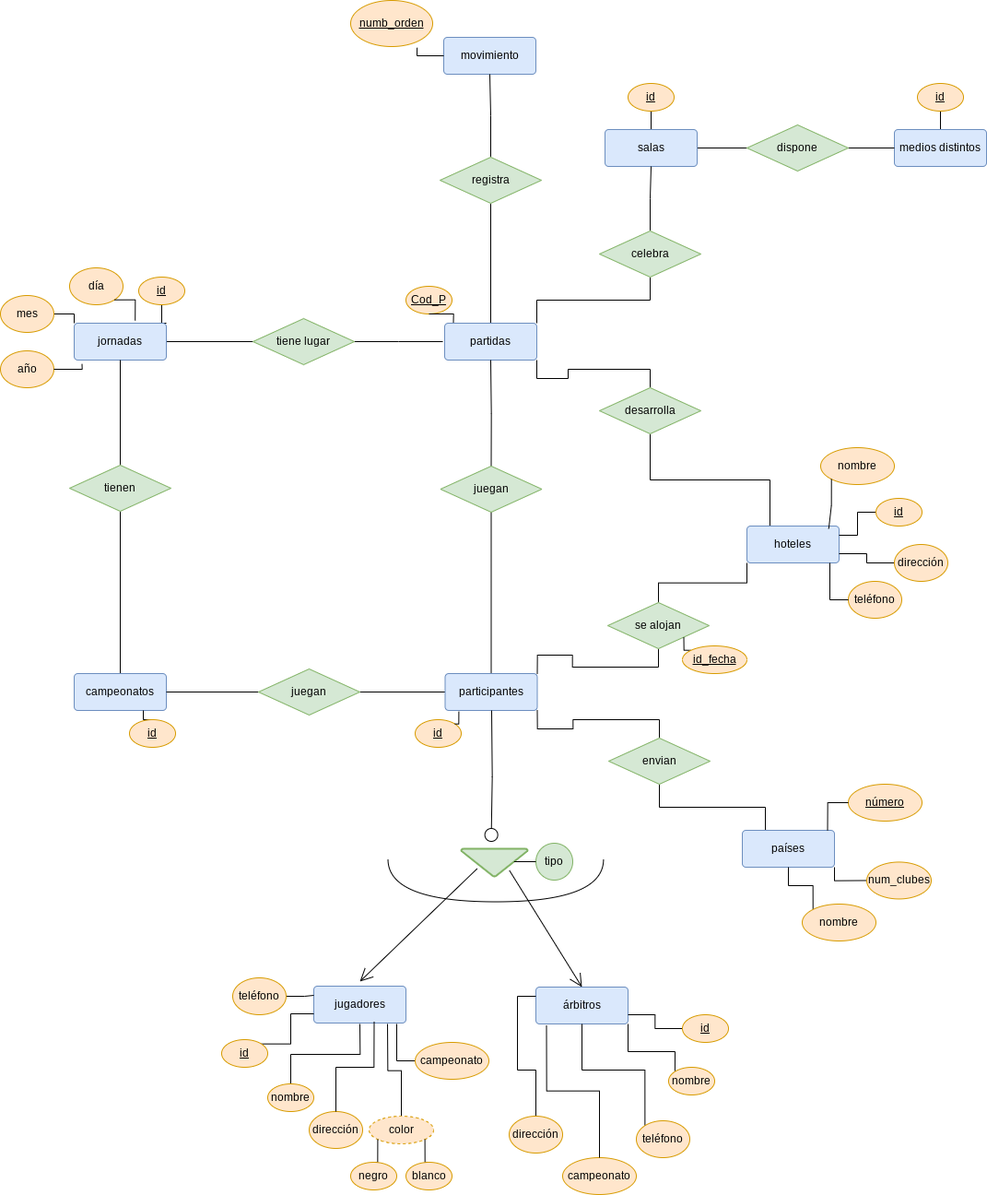
Above: Unidad-1/Tareas./Tarea-9 (diagramas)/Club de ajedrez.drawio.png in mdiogc/base-datos (draw.io), before the change. Source tidied: cells renumbered, new cells last; positions are measured from the earlier drawing's top-left corner, leaving out a move shared by most shapes.
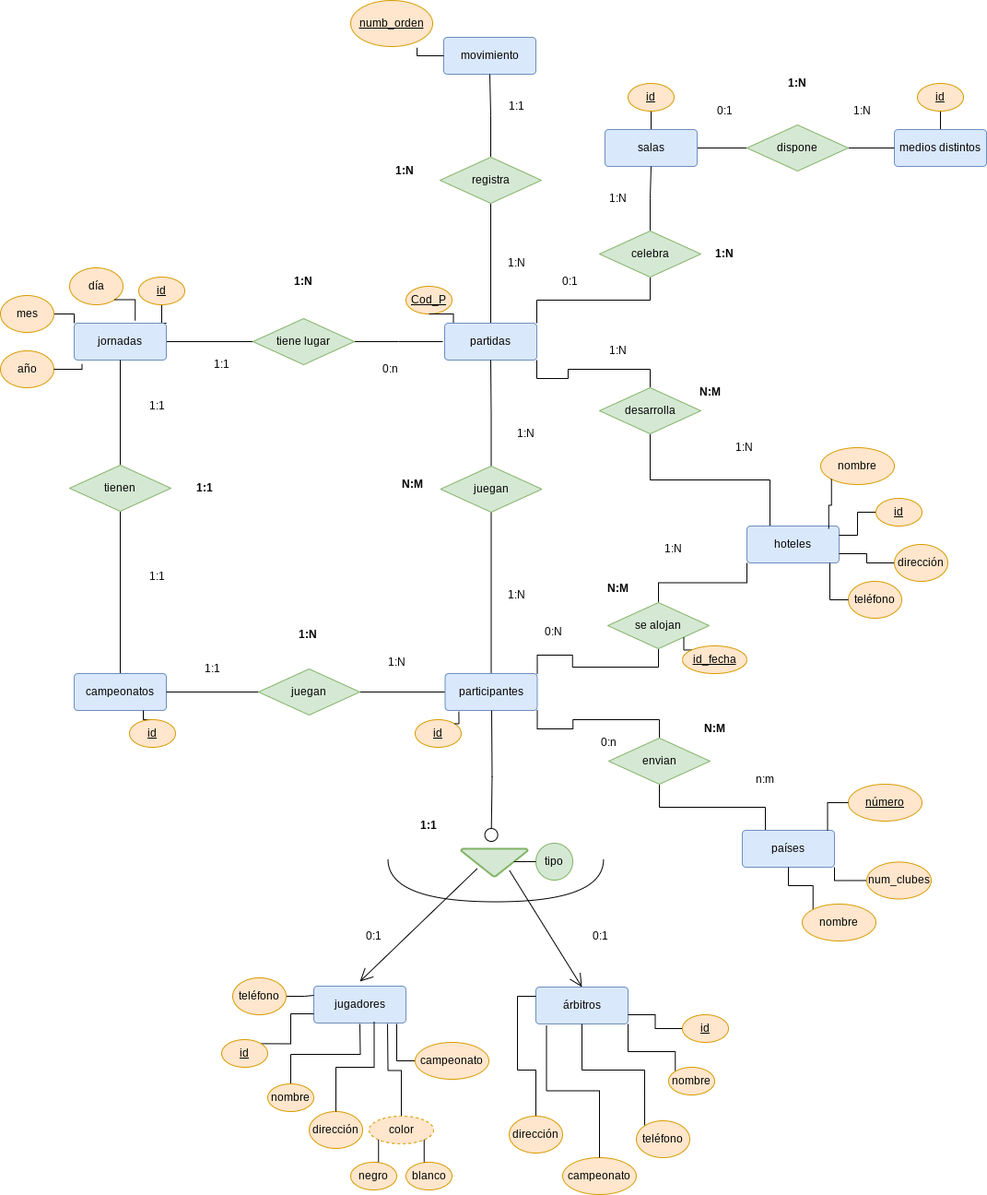
The same file after the commit.

Change to the diagram source:
```diff
@@ -355,5 +355,104 @@
     <mxCell id="111" style="edgeStyle=orthogonalEdgeStyle;rounded=0;jettySize=auto;html=1;exitX=0;exitY=0.5;exitDx=0;exitDy=0;entryX=0.922;entryY=0.985;entryDx=0;entryDy=0;entryPerimeter=0;endArrow=none;endFill=0;" parent="1" edge="1" source="87" target="18">
       <mxGeometry relative="1" as="geometry" />
     </mxCell>
+    <mxCell id="112" value="0:1" style="text;html=1;strokeColor=none;fillColor=none;align=center;verticalAlign=middle;whiteSpace=wrap;rounded=0;" parent="1" vertex="1">
+      <mxGeometry x="375" y="1000" width="60" height="30" as="geometry" />
+    </mxCell>
+    <mxCell id="113" value="0:1" style="text;html=1;strokeColor=none;fillColor=none;align=center;verticalAlign=middle;whiteSpace=wrap;rounded=0;" parent="1" vertex="1">
+      <mxGeometry x="621" y="1000" width="60" height="30" as="geometry" />
+    </mxCell>
+    <mxCell id="114" value="&lt;b&gt;1:1&lt;/b&gt;" style="text;html=1;strokeColor=none;fillColor=none;align=center;verticalAlign=middle;whiteSpace=wrap;rounded=0;" parent="1" vertex="1">
+      <mxGeometry x="435" y="880" width="60" height="30" as="geometry" />
+    </mxCell>
+    <mxCell id="115" value="n:m" style="text;html=1;strokeColor=none;fillColor=none;align=center;verticalAlign=middle;whiteSpace=wrap;rounded=0;" parent="1" vertex="1">
+      <mxGeometry x="800" y="830" width="60" height="30" as="geometry" />
+    </mxCell>
+    <mxCell id="116" value="0:n" style="text;html=1;strokeColor=none;fillColor=none;align=center;verticalAlign=middle;whiteSpace=wrap;rounded=0;" parent="1" vertex="1">
+      <mxGeometry x="630" y="790" width="60" height="30" as="geometry" />
+    </mxCell>
+    <mxCell id="117" value="&lt;b&gt;N:M&lt;/b&gt;" style="text;html=1;strokeColor=none;fillColor=none;align=center;verticalAlign=middle;whiteSpace=wrap;rounded=0;" parent="1" vertex="1">
+      <mxGeometry x="745" y="775" width="60" height="30" as="geometry" />
+    </mxCell>
+    <mxCell id="118" value="1:N" style="text;html=1;strokeColor=none;fillColor=none;align=center;verticalAlign=middle;whiteSpace=wrap;rounded=0;" parent="1" vertex="1">
+      <mxGeometry x="540" y="455" width="60" height="30" as="geometry" />
+    </mxCell>
+    <mxCell id="119" value="1:N" style="text;html=1;strokeColor=none;fillColor=none;align=center;verticalAlign=middle;whiteSpace=wrap;rounded=0;" parent="1" vertex="1">
+      <mxGeometry x="530" y="630" width="60" height="30" as="geometry" />
+    </mxCell>
+    <mxCell id="120" value="&lt;b&gt;N:M&lt;/b&gt;" style="text;html=1;strokeColor=none;fillColor=none;align=center;verticalAlign=middle;whiteSpace=wrap;rounded=0;" parent="1" vertex="1">
+      <mxGeometry x="417" y="510" width="60" height="30" as="geometry" />
+    </mxCell>
+    <mxCell id="121" value="1:N" style="text;html=1;strokeColor=none;fillColor=none;align=center;verticalAlign=middle;whiteSpace=wrap;rounded=0;" parent="1" vertex="1">
+      <mxGeometry x="700" y="580" width="60" height="30" as="geometry" />
+    </mxCell>
+    <mxCell id="122" value="0:N" style="text;html=1;strokeColor=none;fillColor=none;align=center;verticalAlign=middle;whiteSpace=wrap;rounded=0;" parent="1" vertex="1">
+      <mxGeometry x="570" y="670" width="60" height="30" as="geometry" />
+    </mxCell>
+    <mxCell id="123" value="&lt;b&gt;N:M&lt;/b&gt;" style="text;html=1;strokeColor=none;fillColor=none;align=center;verticalAlign=middle;whiteSpace=wrap;rounded=0;" parent="1" vertex="1">
+      <mxGeometry x="640" y="623" width="60" height="30" as="geometry" />
+    </mxCell>
+    <mxCell id="124" value="1:N" style="text;html=1;strokeColor=none;fillColor=none;align=center;verticalAlign=middle;whiteSpace=wrap;rounded=0;" parent="1" vertex="1">
+      <mxGeometry x="640" y="365" width="60" height="30" as="geometry" />
+    </mxCell>
+    <mxCell id="125" value="1:N" style="text;html=1;strokeColor=none;fillColor=none;align=center;verticalAlign=middle;whiteSpace=wrap;rounded=0;" parent="1" vertex="1">
+      <mxGeometry x="777" y="470" width="60" height="30" as="geometry" />
+    </mxCell>
+    <mxCell id="126" value="&lt;b&gt;N:M&lt;/b&gt;" style="text;html=1;strokeColor=none;fillColor=none;align=center;verticalAlign=middle;whiteSpace=wrap;rounded=0;" parent="1" vertex="1">
+      <mxGeometry x="740" y="410" width="60" height="30" as="geometry" />
+    </mxCell>
+    <mxCell id="127" value="1:N" style="text;html=1;strokeColor=none;fillColor=none;align=center;verticalAlign=middle;whiteSpace=wrap;rounded=0;" parent="1" vertex="1">
+      <mxGeometry x="640" y="200" width="60" height="30" as="geometry" />
+    </mxCell>
+    <mxCell id="128" value="0:1" style="text;html=1;strokeColor=none;fillColor=none;align=center;verticalAlign=middle;whiteSpace=wrap;rounded=0;" parent="1" vertex="1">
+      <mxGeometry x="587.5" y="290" width="60" height="30" as="geometry" />
+    </mxCell>
+    <mxCell id="129" value="&lt;b&gt;1:N&lt;/b&gt;" style="text;html=1;strokeColor=none;fillColor=none;align=center;verticalAlign=middle;whiteSpace=wrap;rounded=0;" parent="1" vertex="1">
+      <mxGeometry x="756" y="260" width="60" height="30" as="geometry" />
+    </mxCell>
+    <mxCell id="130" value="1:N" style="text;html=1;strokeColor=none;fillColor=none;align=center;verticalAlign=middle;whiteSpace=wrap;rounded=0;" parent="1" vertex="1">
+      <mxGeometry x="905" y="105" width="60" height="30" as="geometry" />
+    </mxCell>
+    <mxCell id="131" value="0:1" style="text;html=1;strokeColor=none;fillColor=none;align=center;verticalAlign=middle;whiteSpace=wrap;rounded=0;" parent="1" vertex="1">
+      <mxGeometry x="756" y="105" width="60" height="30" as="geometry" />
+    </mxCell>
+    <mxCell id="132" value="&lt;b&gt;1:N&lt;/b&gt;" style="text;html=1;strokeColor=none;fillColor=none;align=center;verticalAlign=middle;whiteSpace=wrap;rounded=0;" parent="1" vertex="1">
+      <mxGeometry x="835" y="75" width="60" height="30" as="geometry" />
+    </mxCell>
+    <mxCell id="133" value="1:1" style="text;html=1;strokeColor=none;fillColor=none;align=center;verticalAlign=middle;whiteSpace=wrap;rounded=0;" parent="1" vertex="1">
+      <mxGeometry x="200" y="710" width="60" height="30" as="geometry" />
+    </mxCell>
+    <mxCell id="134" value="1:N" style="text;html=1;strokeColor=none;fillColor=none;align=center;verticalAlign=middle;whiteSpace=wrap;rounded=0;" parent="1" vertex="1">
+      <mxGeometry x="400" y="703" width="60" height="30" as="geometry" />
+    </mxCell>
+    <mxCell id="135" value="&lt;b&gt;1:N&lt;/b&gt;" style="text;html=1;strokeColor=none;fillColor=none;align=center;verticalAlign=middle;whiteSpace=wrap;rounded=0;" parent="1" vertex="1">
+      <mxGeometry x="304" y="673" width="60" height="30" as="geometry" />
+    </mxCell>
+    <mxCell id="136" value="1:1" style="text;html=1;strokeColor=none;fillColor=none;align=center;verticalAlign=middle;whiteSpace=wrap;rounded=0;" parent="1" vertex="1">
+      <mxGeometry x="140" y="425" width="60" height="30" as="geometry" />
+    </mxCell>
+    <mxCell id="137" value="1:1" style="text;html=1;strokeColor=none;fillColor=none;align=center;verticalAlign=middle;whiteSpace=wrap;rounded=0;" parent="1" vertex="1">
+      <mxGeometry x="140" y="610" width="60" height="30" as="geometry" />
+    </mxCell>
+    <mxCell id="138" value="&lt;b&gt;1:1&lt;/b&gt;" style="text;html=1;strokeColor=none;fillColor=none;align=center;verticalAlign=middle;whiteSpace=wrap;rounded=0;" parent="1" vertex="1">
+      <mxGeometry x="192" y="514" width="60" height="30" as="geometry" />
+    </mxCell>
+    <mxCell id="139" value="1:1" style="text;html=1;strokeColor=none;fillColor=none;align=center;verticalAlign=middle;whiteSpace=wrap;rounded=0;" parent="1" vertex="1">
+      <mxGeometry x="210" y="380" width="60" height="30" as="geometry" />
+    </mxCell>
+    <mxCell id="140" value="0:n" style="text;html=1;strokeColor=none;fillColor=none;align=center;verticalAlign=middle;whiteSpace=wrap;rounded=0;" parent="1" vertex="1">
+      <mxGeometry x="393" y="385" width="60" height="30" as="geometry" />
+    </mxCell>
+    <mxCell id="141" value="&lt;b&gt;1:N&lt;/b&gt;" style="text;html=1;strokeColor=none;fillColor=none;align=center;verticalAlign=middle;whiteSpace=wrap;rounded=0;" parent="1" vertex="1">
+      <mxGeometry x="299" y="290" width="60" height="30" as="geometry" />
+    </mxCell>
+    <mxCell id="142" value="1:1" style="text;html=1;strokeColor=none;fillColor=none;align=center;verticalAlign=middle;whiteSpace=wrap;rounded=0;" parent="1" vertex="1">
+      <mxGeometry x="530" y="100" width="60" height="30" as="geometry" />
+    </mxCell>
+    <mxCell id="143" value="1:N" style="text;html=1;strokeColor=none;fillColor=none;align=center;verticalAlign=middle;whiteSpace=wrap;rounded=0;" parent="1" vertex="1">
+      <mxGeometry x="530" y="270" width="60" height="30" as="geometry" />
+    </mxCell>
+    <mxCell id="144" value="&lt;b&gt;1:N&lt;/b&gt;" style="text;html=1;strokeColor=none;fillColor=none;align=center;verticalAlign=middle;whiteSpace=wrap;rounded=0;" parent="1" vertex="1">
+      <mxGeometry x="409" y="170" width="60" height="30" as="geometry" />
+    </mxCell>
   </root>
 </mxGraphModel>
```
